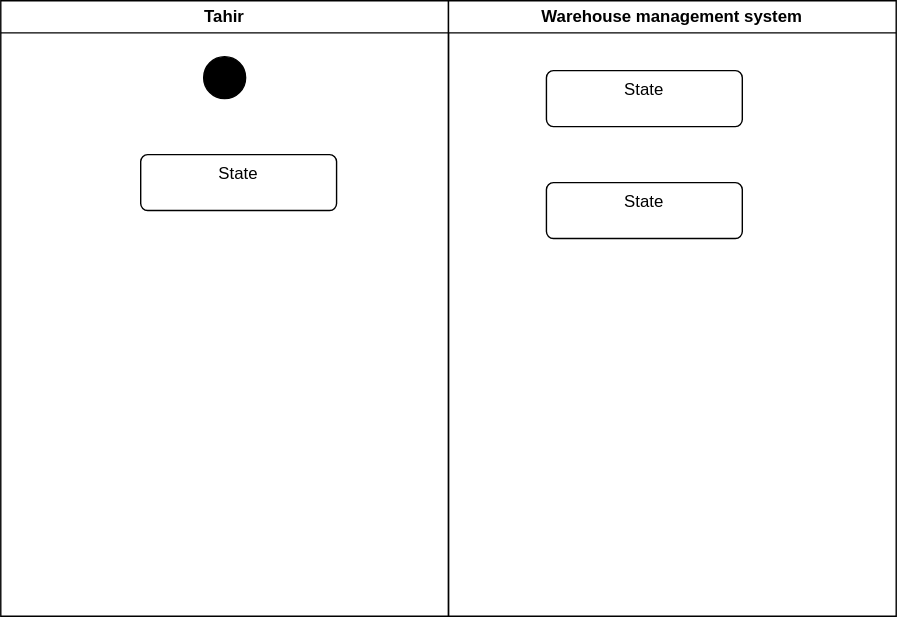
Earlier version of the draw.io export warehouse_act.svg (Simamkele88/IFM3_GP). Source tidied: cells renumbered, new cells last; positions are measured from the earlier drawing's top-left corner, leaving out a move shared by most shapes.
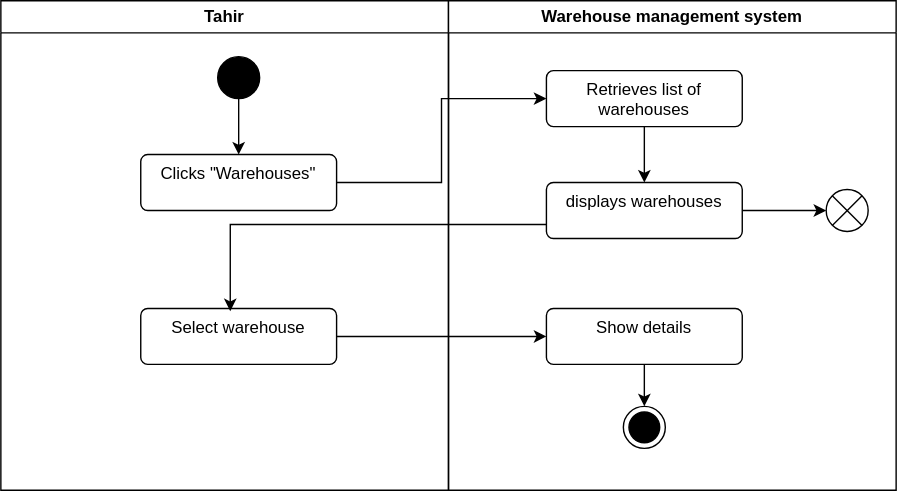
After the commit.

Change to the diagram source:
```diff
@@ -3,22 +3,59 @@
     <mxCell id="0" />
     <mxCell id="1" parent="0" />
     <mxCell id="2" value="Tahir" style="swimlane;whiteSpace=wrap;html=1;" parent="1" vertex="1">
-      <mxGeometry width="320" height="440" as="geometry" />
+      <mxGeometry width="320" height="350" as="geometry" />
     </mxCell>
+    <mxCell id="8" style="edgeStyle=orthogonalEdgeStyle;rounded=0;jettySize=auto;html=1;" parent="2" edge="1" source="3" target="4">
+      <mxGeometry relative="1" as="geometry" />
+    </mxCell>
     <mxCell id="3" style="ellipse;fillColor=strokeColor;html=1;" parent="2" vertex="1">
-      <mxGeometry x="145" y="40" width="30" height="30" as="geometry" />
+      <mxGeometry x="155" y="40" width="30" height="30" as="geometry" />
     </mxCell>
-    <mxCell id="4" value="State" style="html=1;align=center;verticalAlign=top;rounded=1;absoluteArcSize=1;arcSize=10;dashed=0;whiteSpace=wrap;" parent="2" vertex="1">
+    <mxCell id="4" value="Clicks &quot;Warehouses&quot;" style="html=1;align=center;verticalAlign=top;rounded=1;absoluteArcSize=1;arcSize=10;dashed=0;whiteSpace=wrap;" parent="2" vertex="1">
       <mxGeometry x="100" y="110" width="140" height="40" as="geometry" />
     </mxCell>
+    <mxCell id="9" value="Select warehouse" style="html=1;align=center;verticalAlign=top;rounded=1;absoluteArcSize=1;arcSize=10;dashed=0;whiteSpace=wrap;" parent="2" vertex="1">
+      <mxGeometry x="100" y="220" width="140" height="40" as="geometry" />
+    </mxCell>
     <mxCell id="5" value="Warehouse management system" style="swimlane;whiteSpace=wrap;html=1;" parent="1" vertex="1">
-      <mxGeometry x="320" width="320" height="440" as="geometry" />
+      <mxGeometry x="320" width="320" height="350" as="geometry" />
     </mxCell>
+    <mxCell id="10" style="edgeStyle=orthogonalEdgeStyle;rounded=0;jettySize=auto;html=1;" parent="5" edge="1" source="6" target="7">
+      <mxGeometry relative="1" as="geometry" />
+    </mxCell>
-    <mxCell id="6" value="State" style="html=1;align=center;verticalAlign=top;rounded=1;absoluteArcSize=1;arcSize=10;dashed=0;whiteSpace=wrap;" parent="5" vertex="1">
+    <mxCell id="6" value="Retrieves list of warehouses" style="html=1;align=center;verticalAlign=top;rounded=1;absoluteArcSize=1;arcSize=10;dashed=0;whiteSpace=wrap;" parent="5" vertex="1">
       <mxGeometry x="70" y="50" width="140" height="40" as="geometry" />
     </mxCell>
+    <mxCell id="11" style="edgeStyle=orthogonalEdgeStyle;rounded=0;jettySize=auto;html=1;" parent="5" edge="1" source="7" target="14">
+      <mxGeometry relative="1" as="geometry" />
+    </mxCell>
-    <mxCell id="7" value="State" style="html=1;align=center;verticalAlign=top;rounded=1;absoluteArcSize=1;arcSize=10;dashed=0;whiteSpace=wrap;" parent="5" vertex="1">
+    <mxCell id="7" value="displays warehouses" style="html=1;align=center;verticalAlign=top;rounded=1;absoluteArcSize=1;arcSize=10;dashed=0;whiteSpace=wrap;" parent="5" vertex="1">
       <mxGeometry x="70" y="130" width="140" height="40" as="geometry" />
     </mxCell>
+    <mxCell id="12" style="edgeStyle=orthogonalEdgeStyle;rounded=0;jettySize=auto;html=1;" parent="5" edge="1" source="13" target="15">
+      <mxGeometry relative="1" as="geometry" />
+    </mxCell>
+    <mxCell id="13" value="Show details" style="html=1;align=center;verticalAlign=top;rounded=1;absoluteArcSize=1;arcSize=10;dashed=0;whiteSpace=wrap;" parent="5" vertex="1">
+      <mxGeometry x="70" y="220" width="140" height="40" as="geometry" />
+    </mxCell>
+    <mxCell id="14" style="shape=sumEllipse;perimeter=ellipsePerimeter;html=1;backgroundOutline=1;" parent="5" vertex="1">
+      <mxGeometry x="270" y="135" width="30" height="30" as="geometry" />
+    </mxCell>
+    <mxCell id="15" style="ellipse;html=1;shape=endState;fillColor=strokeColor;" parent="5" vertex="1">
+      <mxGeometry x="125" y="290" width="30" height="30" as="geometry" />
+    </mxCell>
+    <mxCell id="16" style="edgeStyle=orthogonalEdgeStyle;rounded=0;jettySize=auto;html=1;entryX=0.457;entryY=0.05;entryDx=0;entryDy=0;entryPerimeter=0;" parent="1" edge="1" source="7" target="9">
+      <mxGeometry relative="1" as="geometry">
+        <Array as="points">
+          <mxPoint x="164" y="160" />
+        </Array>
+      </mxGeometry>
+    </mxCell>
+    <mxCell id="17" style="edgeStyle=orthogonalEdgeStyle;rounded=0;jettySize=auto;html=1;entryX=0;entryY=0.5;entryDx=0;entryDy=0;" parent="1" edge="1" source="4" target="6">
+      <mxGeometry relative="1" as="geometry" />
+    </mxCell>
+    <mxCell id="18" style="edgeStyle=orthogonalEdgeStyle;rounded=0;jettySize=auto;html=1;" parent="1" edge="1" source="9" target="13">
+      <mxGeometry relative="1" as="geometry" />
+    </mxCell>
   </root>
 </mxGraphModel>
```
